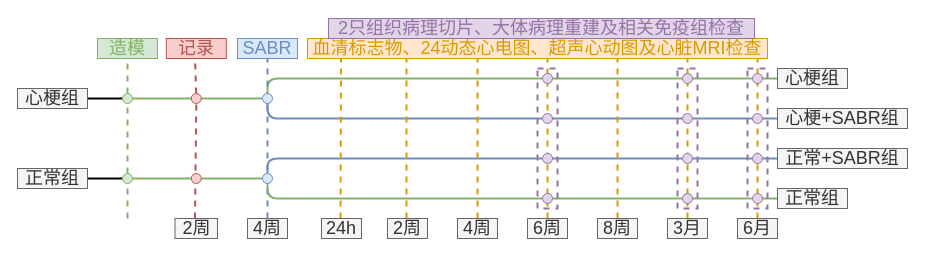
Earlier version of the draw.io diagram gong.drawio (zondie17/something). Source tidied: cells renumbered, new cells numbered last; positions are measured from the earlier drawing's top-left corner, leaving out a move shared by most shapes. Both pictures are drawn from the tidied source at 100%, with x=0, y=0 at pixel (17, 18).
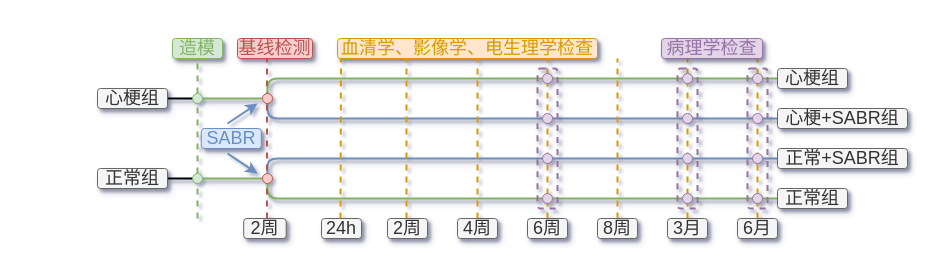
Above is the later version.

What changed in the source:
```diff
@@
-<mxGraphModel>
+<mxGraphModel shadow="1">
@@
-    <mxCell id="2" style="endArrow=none;html=1;rounded=1;startArrow=none;startFill=0;endFill=0;fillColor=#d5e8d4;strokeColor=#82b366;strokeWidth=2;" parent="1" edge="1">
+    <mxCell id="2" style="endArrow=none;html=1;rounded=1;startArrow=none;startFill=0;endFill=0;fillColor=#d5e8d4;strokeColor=#82b366;strokeWidth=2;shadow=1;" parent="1" edge="1">
       <mxGeometry relative="1" as="geometry">
         <mxPoint x="250" y="80" as="sourcePoint" />
         <mxPoint x="760" y="60" as="targetPoint" />
         <Array as="points">
           <mxPoint x="250" y="60" />
         </Array>
       </mxGeometry>
     </mxCell>
-    <mxCell id="3" style="endArrow=none;html=1;rounded=0;startArrow=none;startFill=0;endFill=0;fillColor=#d5e8d4;strokeColor=#82b366;strokeWidth=2;" parent="1" edge="1" target="47">
-      <mxGeometry relative="1" as="geometry">
-        <mxPoint x="110" y="160" as="sourcePoint" />
-      </mxGeometry>
-    </mxCell>
-    <mxCell id="4" style="endArrow=none;html=1;rounded=0;startArrow=none;startFill=0;endFill=0;fillColor=#d5e8d4;strokeColor=#82b366;strokeWidth=2;" parent="1" edge="1" target="48">
+    <mxCell id="4" style="endArrow=none;html=1;rounded=0;startArrow=none;startFill=0;endFill=0;fillColor=#d5e8d4;strokeColor=#82b366;strokeWidth=2;shadow=1;" parent="1" edge="1" target="48">
       <mxGeometry relative="1" as="geometry">
-        <mxPoint x="110" y="80" as="sourcePoint" />
+        <mxPoint x="180" y="80" as="sourcePoint" />
       </mxGeometry>
     </mxCell>
-    <mxCell id="5" style="endArrow=none;html=1;rounded=0;startArrow=none;startFill=0;endFill=0;strokeWidth=2;" parent="1" edge="1">
+    <mxCell id="5" style="endArrow=none;html=1;rounded=0;startArrow=none;startFill=0;endFill=0;strokeWidth=2;shadow=1;" parent="1" edge="1">
       <mxGeometry relative="1" as="geometry">
-        <mxPoint x="70" y="80" as="sourcePoint" />
-        <mxPoint x="110" y="80" as="targetPoint" />
+        <mxPoint x="150" y="80" as="sourcePoint" />
+        <mxPoint x="180" y="80" as="targetPoint" />
       </mxGeometry>
     </mxCell>
-    <mxCell id="6" value="&lt;font style=&quot;font-size: 18px;&quot; face=&quot;LXGW WenKai&quot;&gt;心梗组&lt;/font&gt;" style="text;html=1;strokeColor=#666666;fillColor=#f5f5f5;align=center;verticalAlign=middle;whiteSpace=wrap;rounded=0;fontColor=#333333;" parent="1" vertex="1">
-      <mxGeometry y="70" width="70" height="20" as="geometry" />
+    <mxCell id="6" value="&lt;font style=&quot;font-size: 18px;&quot; face=&quot;LXGW WenKai&quot;&gt;心梗组&lt;/font&gt;" style="text;html=1;strokeColor=#666666;fillColor=#f5f5f5;align=center;verticalAlign=middle;whiteSpace=wrap;rounded=1;fontColor=#333333;shadow=1;" parent="1" vertex="1">
+      <mxGeometry x="80" y="70" width="70" height="20" as="geometry" />
     </mxCell>
-    <mxCell id="7" style="endArrow=none;html=1;rounded=0;startArrow=none;startFill=0;endFill=0;strokeWidth=2;" parent="1" edge="1">
+    <mxCell id="7" style="endArrow=none;html=1;rounded=0;startArrow=none;startFill=0;endFill=0;strokeWidth=2;shadow=1;" parent="1" edge="1">
       <mxGeometry relative="1" as="geometry">
-        <mxPoint x="70" y="160" as="sourcePoint" />
-        <mxPoint x="110" y="160" as="targetPoint" />
+        <mxPoint x="150" y="160" as="sourcePoint" />
+        <mxPoint x="180" y="160" as="targetPoint" />
       </mxGeometry>
     </mxCell>
-    <mxCell id="8" value="&lt;font style=&quot;font-size: 18px;&quot; face=&quot;LXGW WenKai&quot;&gt;正常组&lt;/font&gt;" style="text;html=1;strokeColor=#666666;fillColor=#f5f5f5;align=center;verticalAlign=middle;whiteSpace=wrap;rounded=0;fontColor=#333333;" parent="1" vertex="1">
-      <mxGeometry y="150" width="70" height="20" as="geometry" />
+    <mxCell id="8" value="&lt;font style=&quot;font-size: 18px;&quot; face=&quot;LXGW WenKai&quot;&gt;正常组&lt;/font&gt;" style="text;html=1;strokeColor=#666666;fillColor=#f5f5f5;align=center;verticalAlign=middle;whiteSpace=wrap;rounded=1;fontColor=#333333;shadow=1;" parent="1" vertex="1">
+      <mxGeometry x="80" y="150" width="70" height="20" as="geometry" />
     </mxCell>
     <mxCell id="9" style="endArrow=none;dashed=1;html=1;rounded=0;fillColor=#d5e8d4;strokeColor=#82b366;strokeWidth=2;" parent="1" edge="1" source="42">
       <mxGeometry relative="1" as="geometry">
-        <mxPoint x="110" y="40" as="targetPoint" />
+        <mxPoint x="180" y="40" as="targetPoint" />
       </mxGeometry>
     </mxCell>
-    <mxCell id="10" value="&lt;font color=&quot;#82b366&quot; style=&quot;font-size: 18px;&quot; face=&quot;LXGW WenKai&quot;&gt;造模&lt;/font&gt;" style="text;html=1;strokeColor=#82b366;fillColor=#d5e8d4;align=center;verticalAlign=middle;whiteSpace=wrap;rounded=0;" parent="1" vertex="1">
-      <mxGeometry x="80" y="20" width="60" height="20" as="geometry" />
+    <mxCell id="10" value="&lt;font color=&quot;#82b366&quot; style=&quot;font-size: 18px;&quot; face=&quot;LXGW WenKai&quot;&gt;造模&lt;/font&gt;" style="text;html=1;strokeColor=#82b366;fillColor=#d5e8d4;align=center;verticalAlign=middle;whiteSpace=wrap;rounded=1;shadow=1;" parent="1" vertex="1">
+      <mxGeometry x="155" y="20" width="50" height="20" as="geometry" />
     </mxCell>
@@
-    <mxCell id="12" style="endArrow=none;html=1;rounded=0;startArrow=none;startFill=0;endFill=0;fillColor=#d5e8d4;strokeColor=#82b366;strokeWidth=2;" parent="1" edge="1" source="47">
+    <mxCell id="12" style="endArrow=none;html=1;rounded=0;startArrow=none;startFill=0;endFill=0;fillColor=#d5e8d4;strokeColor=#82b366;strokeWidth=2;shadow=1;" parent="1" edge="1">
       <mxGeometry relative="1" as="geometry">
+        <mxPoint x="180" y="160" as="sourcePoint" />
         <mxPoint x="250" y="160" as="targetPoint" />
       </mxGeometry>
     </mxCell>
-    <mxCell id="13" value="&lt;font color=&quot;#6c8ebf&quot; style=&quot;font-size: 18px;&quot; face=&quot;LXGW WenKai&quot;&gt;SABR&lt;/font&gt;" style="text;html=1;strokeColor=#6c8ebf;fillColor=#dae8fc;align=center;verticalAlign=middle;whiteSpace=wrap;rounded=0;" parent="1" vertex="1">
-      <mxGeometry x="220" y="20" width="60" height="20" as="geometry" />
+    <mxCell id="13" value="&lt;font color=&quot;#6c8ebf&quot; style=&quot;font-size: 18px;&quot; face=&quot;LXGW WenKai&quot;&gt;SABR&lt;/font&gt;" style="text;html=1;strokeColor=#6c8ebf;fillColor=#dae8fc;align=center;verticalAlign=middle;whiteSpace=wrap;rounded=1;shadow=1;" parent="1" vertex="1">
+      <mxGeometry x="183.8" y="110" width="60" height="20" as="geometry" />
     </mxCell>
-    <mxCell id="14" style="endArrow=none;dashed=1;html=1;rounded=0;fillColor=#f8cecc;strokeColor=#b85450;strokeWidth=2;" parent="1" edge="1" source="46">
-      <mxGeometry relative="1" as="geometry">
-        <mxPoint x="177.5" y="40" as="targetPoint" />
-      </mxGeometry>
-    </mxCell>
-    <mxCell id="15" value="&lt;font style=&quot;font-size: 18px;&quot; face=&quot;LXGW WenKai&quot;&gt;2周&lt;/font&gt;" style="text;html=1;strokeColor=#666666;fillColor=#f5f5f5;align=center;verticalAlign=middle;whiteSpace=wrap;rounded=0;fontColor=#333333;" parent="1" vertex="1">
-      <mxGeometry x="157.5" y="200" width="42.5" height="20" as="geometry" />
+    <mxCell id="15" value="&lt;font style=&quot;font-size: 18px;&quot; face=&quot;LXGW WenKai&quot;&gt;2周&lt;/font&gt;" style="text;html=1;strokeColor=#666666;fillColor=#f5f5f5;align=center;verticalAlign=middle;whiteSpace=wrap;rounded=1;fontColor=#333333;shadow=1;" parent="1" vertex="1">
+      <mxGeometry x="226.2" y="200" width="42.5" height="20" as="geometry" />
     </mxCell>
-    <mxCell id="16" value="&lt;font style=&quot;font-size: 18px;&quot; face=&quot;LXGW WenKai&quot;&gt;4周&lt;/font&gt;" style="text;html=1;strokeColor=#666666;fillColor=#f5f5f5;align=center;verticalAlign=middle;whiteSpace=wrap;rounded=0;fontColor=#333333;" parent="1" vertex="1">
-      <mxGeometry x="230" y="200" width="40" height="20" as="geometry" />
-    </mxCell>
-    <mxCell id="17" value="&lt;font color=&quot;#b85450&quot; style=&quot;font-size: 18px;&quot; face=&quot;LXGW WenKai&quot;&gt;记录&lt;/font&gt;" style="text;html=1;strokeColor=#b85450;fillColor=#f8cecc;align=center;verticalAlign=middle;whiteSpace=wrap;rounded=0;" parent="1" vertex="1">
-      <mxGeometry x="148.8" y="20" width="60" height="20" as="geometry" />
+    <mxCell id="17" value="&lt;font style=&quot;font-size: 18px;&quot; face=&quot;LXGW WenKai&quot; color=&quot;#b85450&quot;&gt;基线检测&lt;/font&gt;" style="text;html=1;strokeColor=#b85450;fillColor=#f8cecc;align=center;verticalAlign=middle;whiteSpace=wrap;rounded=1;shadow=1;" parent="1" vertex="1">
+      <mxGeometry x="220" y="20" width="75" height="20" as="geometry" />
     </mxCell>
-    <mxCell id="18" style="endArrow=none;dashed=1;html=1;rounded=0;fillColor=#dae8fc;strokeColor=#6c8ebf;strokeWidth=2;" parent="1" edge="1">
-      <mxGeometry relative="1" as="geometry">
-        <mxPoint x="250" y="200" as="sourcePoint" />
-        <mxPoint x="250" y="40" as="targetPoint" />
-      </mxGeometry>
-    </mxCell>
-    <mxCell id="19" style="endArrow=none;html=1;rounded=1;startArrow=none;startFill=0;endFill=0;fillColor=#d5e8d4;strokeColor=#82b366;strokeWidth=2;" parent="1" edge="1">
+    <mxCell id="19" style="endArrow=none;html=1;rounded=1;startArrow=none;startFill=0;endFill=0;fillColor=#d5e8d4;strokeColor=#82b366;strokeWidth=2;shadow=1;" parent="1" edge="1">
       <mxGeometry relative="1" as="geometry">
         <mxPoint x="250" y="160" as="sourcePoint" />
         <mxPoint x="760" y="180" as="targetPoint" />
         <Array as="points">
           <mxPoint x="250" y="180" />
         </Array>
       </mxGeometry>
     </mxCell>
-    <mxCell id="20" style="endArrow=none;html=1;startArrow=none;startFill=0;endFill=0;fillColor=#d5e8d4;strokeColor=#6C8EBF;strokeWidth=2;rounded=1;" parent="1" edge="1">
+    <mxCell id="20" style="endArrow=none;html=1;startArrow=none;startFill=0;endFill=0;fillColor=#d5e8d4;strokeColor=#6C8EBF;strokeWidth=2;rounded=1;shadow=1;" parent="1" edge="1">
       <mxGeometry relative="1" as="geometry">
         <mxPoint x="250" y="80" as="sourcePoint" />
         <mxPoint x="760" y="100" as="targetPoint" />
         <Array as="points">
           <mxPoint x="250" y="100" />
         </Array>
       </mxGeometry>
     </mxCell>
-    <mxCell id="21" style="endArrow=none;html=1;rounded=1;startArrow=none;startFill=0;endFill=0;fillColor=#dae8fc;strokeColor=#6c8ebf;strokeWidth=2;" parent="1" edge="1" source="50">
+    <mxCell id="21" style="endArrow=none;html=1;rounded=1;startArrow=none;startFill=0;endFill=0;fillColor=#dae8fc;strokeColor=#6c8ebf;strokeWidth=2;shadow=1;" parent="1" edge="1" source="50">
       <mxGeometry relative="1" as="geometry">
         <mxPoint x="760" y="140" as="targetPoint" />
         <Array as="points">
           <mxPoint x="250" y="140" />
         </Array>
       </mxGeometry>
     </mxCell>
-    <mxCell id="22" value="&lt;font color=&quot;#d79b00&quot; style=&quot;font-size: 18px;&quot; face=&quot;LXGW WenKai&quot;&gt;血清标志物、24动态心电图、超声心动图及心脏MRI检查&lt;/font&gt;" style="text;html=1;strokeColor=#d79b00;fillColor=#ffe6cc;align=center;verticalAlign=middle;whiteSpace=wrap;rounded=0;" parent="1" vertex="1">
-      <mxGeometry x="290" y="20" width="460" height="20" as="geometry" />
+    <mxCell id="22" value="&lt;font style=&quot;font-size: 18px;&quot; face=&quot;LXGW WenKai&quot; color=&quot;#d79b00&quot;&gt;血清学、影像学、电生理学检查&lt;/font&gt;" style="text;html=1;strokeColor=#d79b00;fillColor=#ffe6cc;align=center;verticalAlign=middle;whiteSpace=wrap;rounded=1;shadow=1;" parent="1" vertex="1">
+      <mxGeometry x="320" y="20" width="260" height="20" as="geometry" />
     </mxCell>
@@
-    <mxCell id="29" value="&lt;font style=&quot;font-size: 18px;&quot; face=&quot;LXGW WenKai&quot;&gt;24h&lt;/font&gt;" style="text;html=1;strokeColor=#666666;fillColor=#f5f5f5;align=center;verticalAlign=middle;whiteSpace=wrap;rounded=0;fontColor=#333333;" parent="1" vertex="1">
+    <mxCell id="29" value="&lt;font style=&quot;font-size: 18px;&quot; face=&quot;LXGW WenKai&quot;&gt;24h&lt;/font&gt;" style="text;html=1;strokeColor=#666666;fillColor=#f5f5f5;align=center;verticalAlign=middle;whiteSpace=wrap;rounded=1;fontColor=#333333;shadow=1;" parent="1" vertex="1">
       <mxGeometry x="304" y="200" width="40" height="20" as="geometry" />
     </mxCell>
-    <mxCell id="30" value="&lt;font style=&quot;font-size: 18px;&quot; face=&quot;LXGW WenKai&quot;&gt;2周&lt;/font&gt;" style="text;html=1;strokeColor=#666666;fillColor=#f5f5f5;align=center;verticalAlign=middle;whiteSpace=wrap;rounded=0;fontColor=#333333;" parent="1" vertex="1">
+    <mxCell id="30" value="&lt;font style=&quot;font-size: 18px;&quot; face=&quot;LXGW WenKai&quot;&gt;2周&lt;/font&gt;" style="text;html=1;strokeColor=#666666;fillColor=#f5f5f5;align=center;verticalAlign=middle;whiteSpace=wrap;rounded=1;fontColor=#333333;shadow=1;" parent="1" vertex="1">
       <mxGeometry x="370" y="200" width="40" height="20" as="geometry" />
     </mxCell>
-    <mxCell id="31" value="&lt;font style=&quot;font-size: 18px;&quot; face=&quot;LXGW WenKai&quot;&gt;4周&lt;/font&gt;" style="text;html=1;strokeColor=#666666;fillColor=#f5f5f5;align=center;verticalAlign=middle;whiteSpace=wrap;rounded=0;fontColor=#333333;" parent="1" vertex="1">
+    <mxCell id="31" value="&lt;font style=&quot;font-size: 18px;&quot; face=&quot;LXGW WenKai&quot;&gt;4周&lt;/font&gt;" style="text;html=1;strokeColor=#666666;fillColor=#f5f5f5;align=center;verticalAlign=middle;whiteSpace=wrap;rounded=1;fontColor=#333333;shadow=1;" parent="1" vertex="1">
       <mxGeometry x="440" y="200" width="40" height="20" as="geometry" />
     </mxCell>
-    <mxCell id="32" value="&lt;font style=&quot;font-size: 18px;&quot; face=&quot;LXGW WenKai&quot;&gt;6周&lt;/font&gt;" style="text;html=1;strokeColor=#666666;fillColor=#f5f5f5;align=center;verticalAlign=middle;whiteSpace=wrap;rounded=0;fontColor=#333333;" parent="1" vertex="1">
+    <mxCell id="32" value="&lt;font style=&quot;font-size: 18px;&quot; face=&quot;LXGW WenKai&quot;&gt;6周&lt;/font&gt;" style="text;html=1;strokeColor=#666666;fillColor=#f5f5f5;align=center;verticalAlign=middle;whiteSpace=wrap;rounded=1;fontColor=#333333;shadow=1;" parent="1" vertex="1">
       <mxGeometry x="510" y="200" width="40" height="20" as="geometry" />
     </mxCell>
-    <mxCell id="33" value="&lt;font style=&quot;font-size: 18px;&quot; face=&quot;LXGW WenKai&quot;&gt;8周&lt;/font&gt;" style="text;html=1;strokeColor=#666666;fillColor=#f5f5f5;align=center;verticalAlign=middle;whiteSpace=wrap;rounded=0;fontColor=#333333;" parent="1" vertex="1">
+    <mxCell id="33" value="&lt;font style=&quot;font-size: 18px;&quot; face=&quot;LXGW WenKai&quot;&gt;8周&lt;/font&gt;" style="text;html=1;strokeColor=#666666;fillColor=#f5f5f5;align=center;verticalAlign=middle;whiteSpace=wrap;rounded=1;fontColor=#333333;shadow=1;" parent="1" vertex="1">
       <mxGeometry x="580" y="200" width="40" height="20" as="geometry" />
     </mxCell>
@@
-    <mxCell id="35" value="&lt;font style=&quot;font-size: 18px;&quot; face=&quot;LXGW WenKai&quot;&gt;3月&lt;/font&gt;" style="text;html=1;strokeColor=#666666;fillColor=#f5f5f5;align=center;verticalAlign=middle;whiteSpace=wrap;rounded=0;fontColor=#333333;" parent="1" vertex="1">
+    <mxCell id="35" value="&lt;font style=&quot;font-size: 18px;&quot; face=&quot;LXGW WenKai&quot;&gt;3月&lt;/font&gt;" style="text;html=1;strokeColor=#666666;fillColor=#f5f5f5;align=center;verticalAlign=middle;whiteSpace=wrap;rounded=1;fontColor=#333333;shadow=1;" parent="1" vertex="1">
       <mxGeometry x="650" y="200" width="40" height="20" as="geometry" />
     </mxCell>
-    <mxCell id="36" value="&lt;font style=&quot;font-size: 18px;&quot; face=&quot;LXGW WenKai&quot;&gt;6月&lt;/font&gt;" style="text;html=1;strokeColor=#666666;fillColor=#f5f5f5;align=center;verticalAlign=middle;whiteSpace=wrap;rounded=0;fontColor=#333333;" parent="1" vertex="1">
+    <mxCell id="36" value="&lt;font style=&quot;font-size: 18px;&quot; face=&quot;LXGW WenKai&quot;&gt;6月&lt;/font&gt;" style="text;html=1;strokeColor=#666666;fillColor=#f5f5f5;align=center;verticalAlign=middle;whiteSpace=wrap;rounded=1;fontColor=#333333;shadow=1;" parent="1" vertex="1">
       <mxGeometry x="720" y="200" width="40" height="20" as="geometry" />
     </mxCell>
-    <mxCell id="37" style="rounded=0;whiteSpace=wrap;html=1;fillColor=none;strokeColor=#9673a6;dashed=1;strokeWidth=2;" parent="1" vertex="1">
+    <mxCell id="37" style="rounded=1;whiteSpace=wrap;html=1;fillColor=none;strokeColor=#9673a6;dashed=1;strokeWidth=2;shadow=1;" parent="1" vertex="1">
       <mxGeometry x="520" y="50" width="20" height="140" as="geometry" />
     </mxCell>
-    <mxCell id="38" style="rounded=0;whiteSpace=wrap;html=1;fillColor=none;strokeColor=#9673a6;dashed=1;strokeWidth=2;" parent="1" vertex="1">
+    <mxCell id="38" style="rounded=1;whiteSpace=wrap;html=1;fillColor=none;strokeColor=#9673a6;dashed=1;strokeWidth=2;glass=0;shadow=1;" parent="1" vertex="1">
       <mxGeometry x="660" y="50" width="20" height="140" as="geometry" />
     </mxCell>
-    <mxCell id="39" style="rounded=0;whiteSpace=wrap;html=1;fillColor=none;strokeColor=#9673a6;dashed=1;strokeWidth=2;" parent="1" vertex="1">
+    <mxCell id="39" style="rounded=1;whiteSpace=wrap;html=1;fillColor=none;strokeColor=#9673a6;dashed=1;strokeWidth=2;shadow=1;" parent="1" vertex="1">
       <mxGeometry x="730" y="50" width="20" height="140" as="geometry" />
     </mxCell>
-    <mxCell id="40" value="&lt;font color=&quot;#9673a6&quot; style=&quot;font-size: 18px;&quot; face=&quot;LXGW WenKai&quot;&gt;2只组织病理切片、大体病理重建及相关免疫组检查&lt;/font&gt;" style="text;html=1;strokeColor=#9673a6;fillColor=#e1d5e7;align=center;verticalAlign=middle;whiteSpace=wrap;rounded=0;" parent="1" vertex="1">
-      <mxGeometry x="311" width="426" height="20" as="geometry" />
+    <mxCell id="40" value="&lt;font color=&quot;#9673a6&quot; style=&quot;font-size: 18px;&quot; face=&quot;LXGW WenKai&quot;&gt;病理学检查&lt;/font&gt;" style="text;html=1;strokeColor=#9673a6;fillColor=#e1d5e7;align=center;verticalAlign=middle;whiteSpace=wrap;rounded=1;shadow=1;" parent="1" vertex="1">
+      <mxGeometry x="644" y="20" width="101" height="20" as="geometry" />
     </mxCell>
@@
     <mxCell id="42" style="ellipse;whiteSpace=wrap;html=1;fillColor=#d5e8d4;strokeColor=#82b366;" parent="1" vertex="1">
-      <mxGeometry x="105" y="75" width="10" height="10" as="geometry" />
+      <mxGeometry x="175" y="75" width="10" height="10" as="geometry" />
     </mxCell>
     <mxCell id="43" style="endArrow=none;dashed=1;html=1;rounded=0;fillColor=#d5e8d4;strokeColor=#82b366;strokeWidth=2;" parent="1" edge="1" target="44">
       <mxGeometry relative="1" as="geometry">
-        <mxPoint x="110" y="200" as="sourcePoint" />
+        <mxPoint x="180" y="200" as="sourcePoint" />
       </mxGeometry>
     </mxCell>
     <mxCell id="44" style="ellipse;whiteSpace=wrap;html=1;fillColor=#d5e8d4;strokeColor=#82b366;" parent="1" vertex="1">
-      <mxGeometry x="105" y="155" width="10" height="10" as="geometry" />
+      <mxGeometry x="175" y="155" width="10" height="10" as="geometry" />
     </mxCell>
-    <mxCell id="45" style="endArrow=none;dashed=1;html=1;rounded=0;fillColor=#f8cecc;strokeColor=#b85450;strokeWidth=2;" parent="1" edge="1" target="46">
+    <mxCell id="45" style="endArrow=none;dashed=1;html=1;rounded=0;fillColor=#f8cecc;strokeColor=#b85450;strokeWidth=2;" parent="1" edge="1">
       <mxGeometry relative="1" as="geometry">
-        <mxPoint x="177.5" y="200" as="sourcePoint" />
+        <mxPoint x="249.5" y="200" as="sourcePoint" />
+        <mxPoint x="249.5" y="40" as="targetPoint" />
       </mxGeometry>
     </mxCell>
-    <mxCell id="46" style="ellipse;whiteSpace=wrap;html=1;fillColor=#f8cecc;strokeColor=#b85450;" parent="1" vertex="1">
-      <mxGeometry x="173.8" y="75" width="10" height="10" as="geometry" />
-    </mxCell>
-    <mxCell id="47" style="ellipse;whiteSpace=wrap;html=1;fillColor=#f8cecc;strokeColor=#b85450;" parent="1" vertex="1">
-      <mxGeometry x="173.8" y="155" width="10" height="10" as="geometry" />
-    </mxCell>
-    <mxCell id="48" style="ellipse;whiteSpace=wrap;html=1;fillColor=#dae8fc;strokeColor=#6c8ebf;" parent="1" vertex="1">
+    <mxCell id="48" style="ellipse;whiteSpace=wrap;html=1;fillColor=#f8cecc;strokeColor=#b85450;" parent="1" vertex="1">
       <mxGeometry x="245" y="75" width="10" height="10" as="geometry" />
     </mxCell>
@@
-    <mxCell id="50" style="ellipse;whiteSpace=wrap;html=1;fillColor=#dae8fc;strokeColor=#6c8ebf;" parent="1" vertex="1">
+    <mxCell id="50" style="ellipse;whiteSpace=wrap;html=1;fillColor=#f8cecc;strokeColor=#b85450;" parent="1" vertex="1">
       <mxGeometry x="245" y="155" width="10" height="10" as="geometry" />
     </mxCell>
@@
-    <mxCell id="63" value="&lt;font style=&quot;font-size: 18px;&quot; face=&quot;LXGW WenKai&quot;&gt;心梗组&lt;/font&gt;" style="text;html=1;strokeColor=#666666;fillColor=#f5f5f5;align=center;verticalAlign=middle;whiteSpace=wrap;rounded=0;fontColor=#333333;" parent="1" vertex="1">
+    <mxCell id="63" value="&lt;font style=&quot;font-size: 18px;&quot; face=&quot;LXGW WenKai&quot;&gt;心梗组&lt;/font&gt;" style="text;html=1;strokeColor=#666666;fillColor=#f5f5f5;align=center;verticalAlign=middle;whiteSpace=wrap;rounded=1;fontColor=#333333;shadow=1;" parent="1" vertex="1">
       <mxGeometry x="760" y="50" width="70" height="20" as="geometry" />
     </mxCell>
-    <mxCell id="64" value="&lt;font style=&quot;font-size: 18px;&quot; face=&quot;LXGW WenKai&quot;&gt;正常组&lt;/font&gt;" style="text;html=1;strokeColor=#666666;fillColor=#f5f5f5;align=center;verticalAlign=middle;whiteSpace=wrap;rounded=0;fontColor=#333333;" parent="1" vertex="1">
+    <mxCell id="64" value="&lt;font style=&quot;font-size: 18px;&quot; face=&quot;LXGW WenKai&quot;&gt;正常组&lt;/font&gt;" style="text;html=1;strokeColor=#666666;fillColor=#f5f5f5;align=center;verticalAlign=middle;whiteSpace=wrap;rounded=1;fontColor=#333333;shadow=1;" parent="1" vertex="1">
       <mxGeometry x="760" y="170" width="70" height="20" as="geometry" />
     </mxCell>
-    <mxCell id="65" value="&lt;font style=&quot;font-size: 18px;&quot; face=&quot;LXGW WenKai&quot;&gt;心梗+SABR组&lt;/font&gt;" style="text;html=1;strokeColor=#666666;fillColor=#f5f5f5;align=center;verticalAlign=middle;whiteSpace=wrap;rounded=0;fontColor=#333333;" parent="1" vertex="1">
+    <mxCell id="65" value="&lt;font style=&quot;font-size: 18px;&quot; face=&quot;LXGW WenKai&quot;&gt;心梗+SABR组&lt;/font&gt;" style="text;html=1;strokeColor=#666666;fillColor=#f5f5f5;align=center;verticalAlign=middle;whiteSpace=wrap;rounded=1;fontColor=#333333;shadow=1;" parent="1" vertex="1">
       <mxGeometry x="760" y="90" width="130" height="20" as="geometry" />
     </mxCell>
-    <mxCell id="66" value="&lt;font style=&quot;font-size: 18px;&quot; face=&quot;LXGW WenKai&quot;&gt;正常+SABR组&lt;/font&gt;" style="text;html=1;strokeColor=#666666;fillColor=#f5f5f5;align=center;verticalAlign=middle;whiteSpace=wrap;rounded=0;fontColor=#333333;" parent="1" vertex="1">
+    <mxCell id="66" value="&lt;font style=&quot;font-size: 18px;&quot; face=&quot;LXGW WenKai&quot;&gt;正常+SABR组&lt;/font&gt;" style="text;html=1;strokeColor=#666666;fillColor=#f5f5f5;align=center;verticalAlign=middle;whiteSpace=wrap;rounded=1;fontColor=#333333;shadow=1;" parent="1" vertex="1">
       <mxGeometry x="760" y="130" width="130" height="20" as="geometry" />
     </mxCell>
+    <mxCell id="67" style="endArrow=classic;html=1;rounded=0;fillColor=#dae8fc;strokeColor=#6c8ebf;strokeWidth=2;" parent="1" edge="1">
+      <mxGeometry relative="1" as="geometry">
+        <mxPoint x="210" y="105" as="sourcePoint" />
+        <mxPoint x="240" y="85" as="targetPoint" />
+      </mxGeometry>
+    </mxCell>
+    <mxCell id="68" style="endArrow=classic;html=1;rounded=0;fillColor=#dae8fc;strokeColor=#6c8ebf;strokeWidth=2;" parent="1" edge="1">
+      <mxGeometry relative="1" as="geometry">
+        <mxPoint x="210" y="135" as="sourcePoint" />
+        <mxPoint x="240" y="155" as="targetPoint" />
+      </mxGeometry>
+    </mxCell>
```
